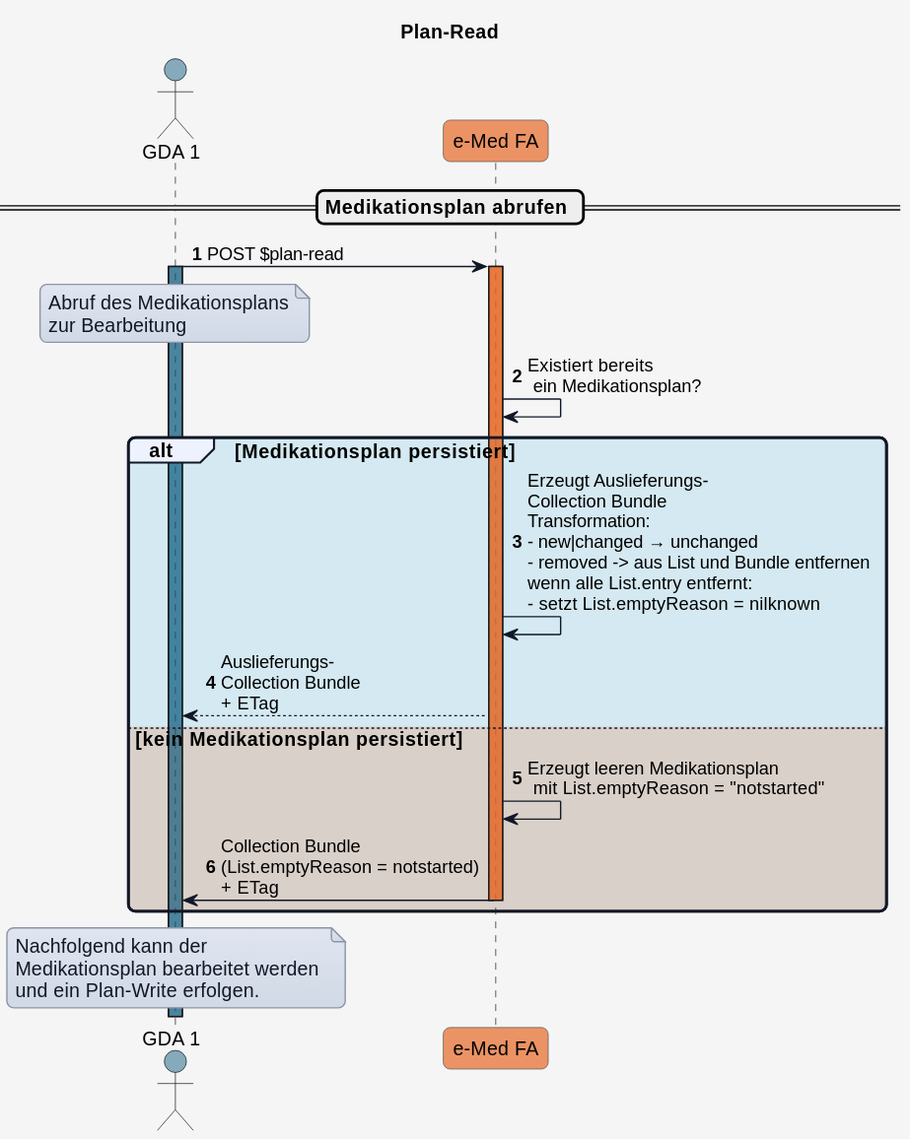
This is input/images/plantuml/UC_eMed_05_02.svg from HL7Austria/ELGA-e-Medikation-R4, a PlantUML export, as it was before one commit. Source of this version:
```plantuml
@startuml
title Plan-Read


skinparam borderColor #000000
skinparam backgroundColor #f5f5f5
skinparam shadowing false
skinparam roundCorner 10
skinparam defaultFontName "Arial"
skinparam defaultFontSize 14
skinparam defaultFontColor #000000
skinparam HyperlinkColor #0000EE
skinparam HyperlinkUnderline false
skinparam BoxPadding 20
skinparam BoxBorderColor #555555

skinparam note {
  BackgroundColor #e0e5f0-#d1d9e6
  BorderColor #8b95a5
  BorderThickness 1
  RoundCorner 0
  Padding 6
  FontColor #111827
  Shadowing false
}

skinparam sequence {
  ParticipantBorderColor #555555
  ParticipantBackgroundColor #ffffff
  ParticipantFontColor #000000
  ParticipantFontSize 14
  ParticipantPadding 20
  ArrowColor #111827
  ArrowThickness 1
  ArrowFontColor #000000
  ArrowFontSize 13
  GroupBorderColor #111827
  GroupBackgroundColor #eef2ff
  GroupBorderThickness 2
}

!define COLOR_GDA_1    #15608280
!define COLOR_GDA_2    #96607D80
!define COLOR_PATIENT  #196B2480
!define COLOR_APO      #0F9ED590
!define COLOR_EMED_FA  #e97232bd
!define COLOR_E_REZEPT #cd3732a9

!define COLOR_OK       #0F9ED525
!define COLOR_ERROR    #E9713235

actor GDA_1 as "GDA 1" COLOR_GDA_1
participant eMed_FA as "e-Med FA" COLOR_EMED_FA


autonumber

== Medikationsplan abrufen ==

GDA_1 -> eMed_FA: POST $plan-read
activate GDA_1 COLOR_GDA_1

note over GDA_1
Abruf des Medikationsplans
zur Bearbeitung
end note

activate eMed_FA COLOR_EMED_FA
eMed_FA -> eMed_FA: Existiert bereits\n ein Medikationsplan?

alt COLOR_OK Medikationsplan persistiert
  eMed_FA -> eMed_FA: Erzeugt Auslieferungs-\nCollection Bundle\nTransformation:\n- new|changed → unchanged\n- removed -> aus List und Bundle entfernen\nwenn alle List.entry entfernt:\n- setzt List.emptyReason = nilknown
  eMed_FA --> GDA_1: Auslieferungs-\nCollection Bundle\n+ ETag

else COLOR_ERROR kein Medikationsplan persistiert
  eMed_FA -> eMed_FA: Erzeugt leeren Medikationsplan\n mit List.emptyReason = "notstarted"
  eMed_FA -> GDA_1: Collection Bundle\n(List.emptyReason = notstarted)\n+ ETag
  deactivate eMed_FA
end

note over GDA_1
Nachfolgend kann der
Medikationsplan bearbeitet werden
und ein Plan-Write erfolgen.
end note
@enduml
```
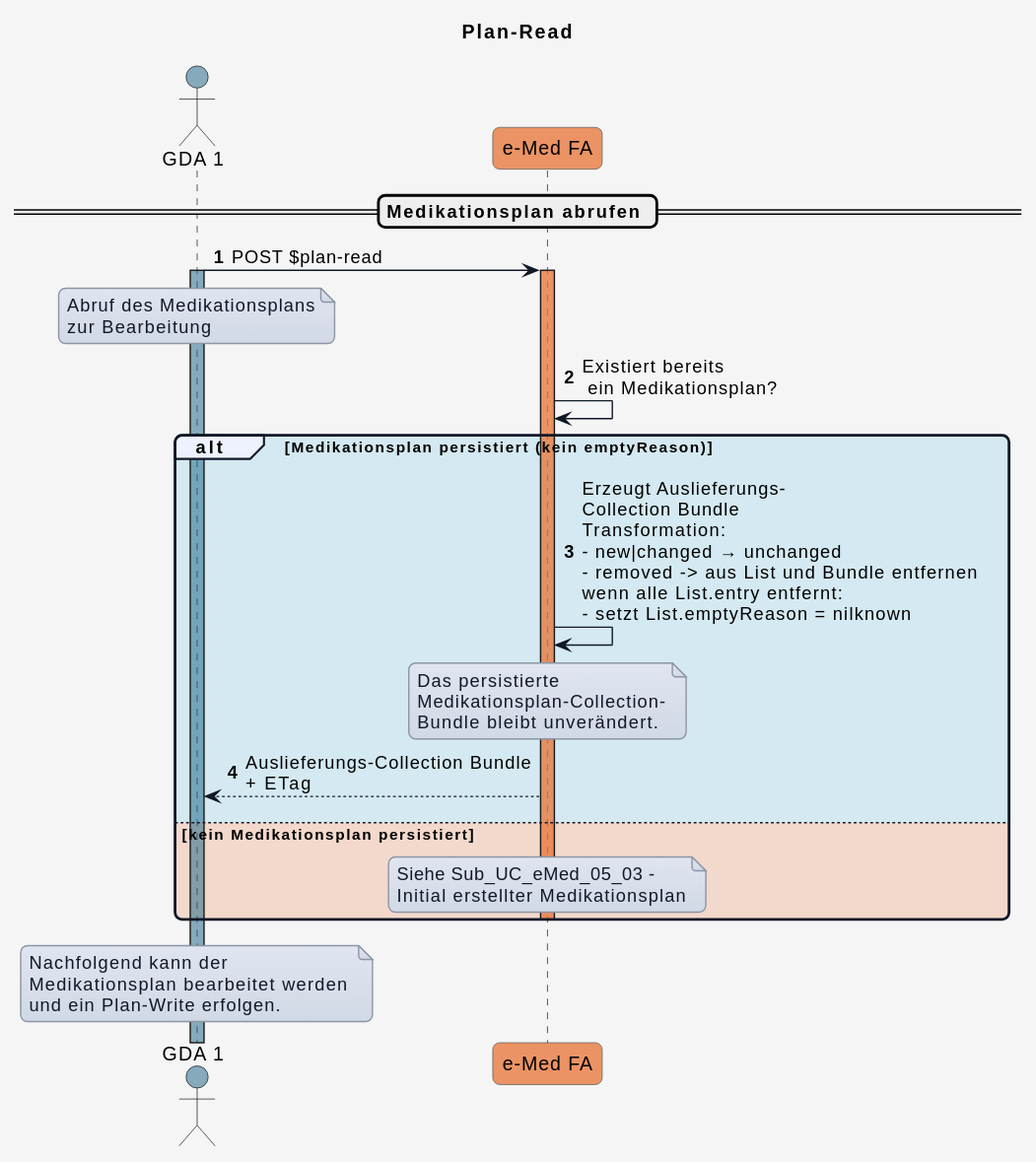
The same file after the commit.

The edit, as a diff of the source:
```diff
@@ -7,7 +7,6 @@
 skinparam shadowing false
 skinparam roundCorner 10
 skinparam defaultFontName "Arial"
-skinparam defaultFontSize 14
 skinparam defaultFontColor #000000
 skinparam HyperlinkColor #0000EE
 skinparam HyperlinkUnderline false
@@ -68,13 +67,23 @@
 activate eMed_FA COLOR_EMED_FA
 eMed_FA -> eMed_FA: Existiert bereits\n ein Medikationsplan?
 
-alt COLOR_OK Medikationsplan persistiert
+alt COLOR_OK Medikationsplan persistiert (kein emptyReason)
   eMed_FA -> eMed_FA: Erzeugt Auslieferungs-\nCollection Bundle\nTransformation:\n- new|changed → unchanged\n- removed -> aus List und Bundle entfernen\nwenn alle List.entry entfernt:\n- setzt List.emptyReason = nilknown
-  eMed_FA --> GDA_1: Auslieferungs-\nCollection Bundle\n+ ETag
+  note over eMed_FA
+  Das persistierte
+  Medikationsplan-Collection-
+  Bundle bleibt unverändert.
+  end note
+
+  eMed_FA --> GDA_1: Auslieferungs-Collection Bundle\n+ ETag
 
 else COLOR_ERROR kein Medikationsplan persistiert
-  eMed_FA -> eMed_FA: Erzeugt leeren Medikationsplan\n mit List.emptyReason = "notstarted"
-  eMed_FA -> GDA_1: Collection Bundle\n(List.emptyReason = notstarted)\n+ ETag
+
+  note over eMed_FA
+  Siehe Sub_UC_eMed_05_03 -
+  Initial erstellter Medikationsplan
+  end note
+
   deactivate eMed_FA
 end
 
```
